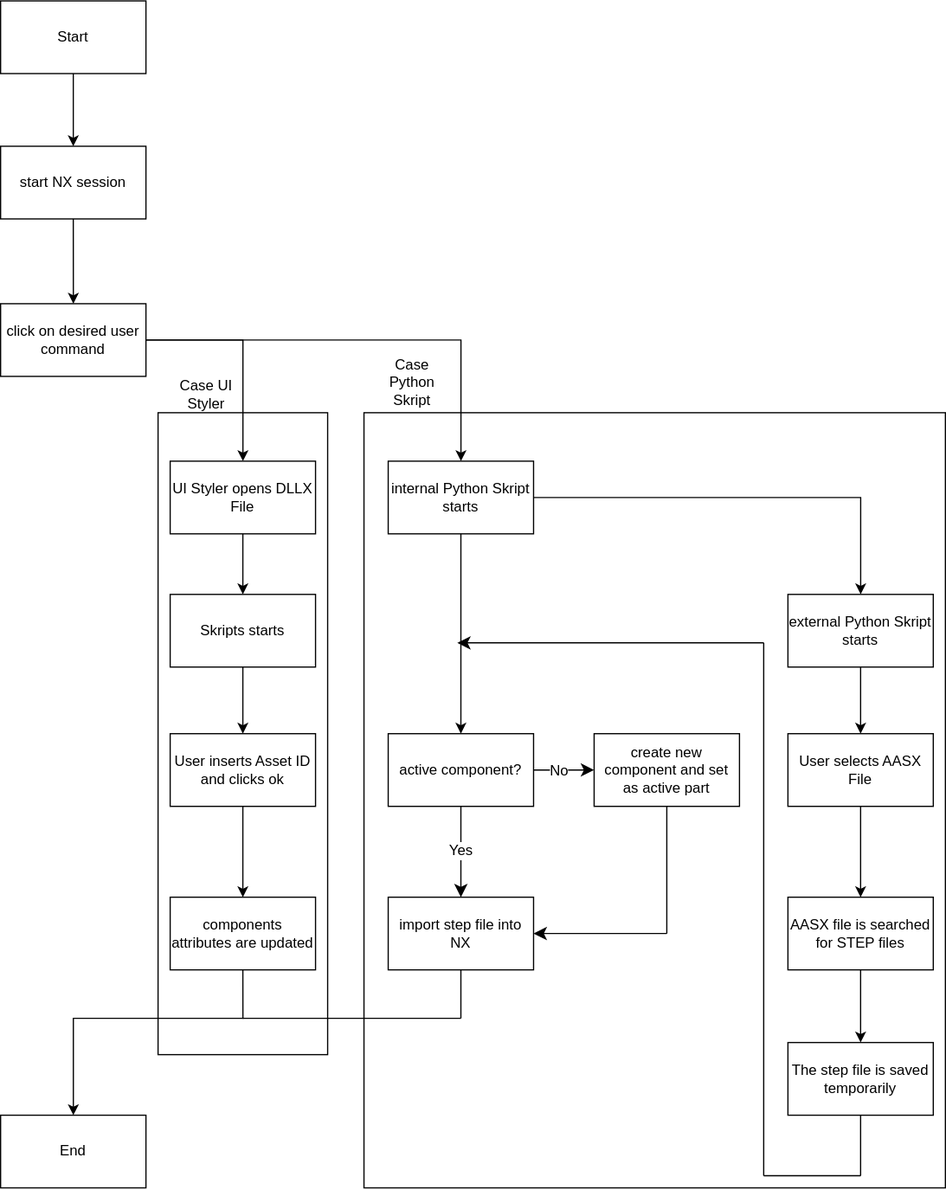
Earlier version of the draw.io export Bericht/bilder/Workflow_functions.svg (Daniel20-0/AAS_NX). Source tidied: cells renumbered, new cells last; positions are measured from the earlier drawing's top-left corner, leaving out a move shared by most shapes.
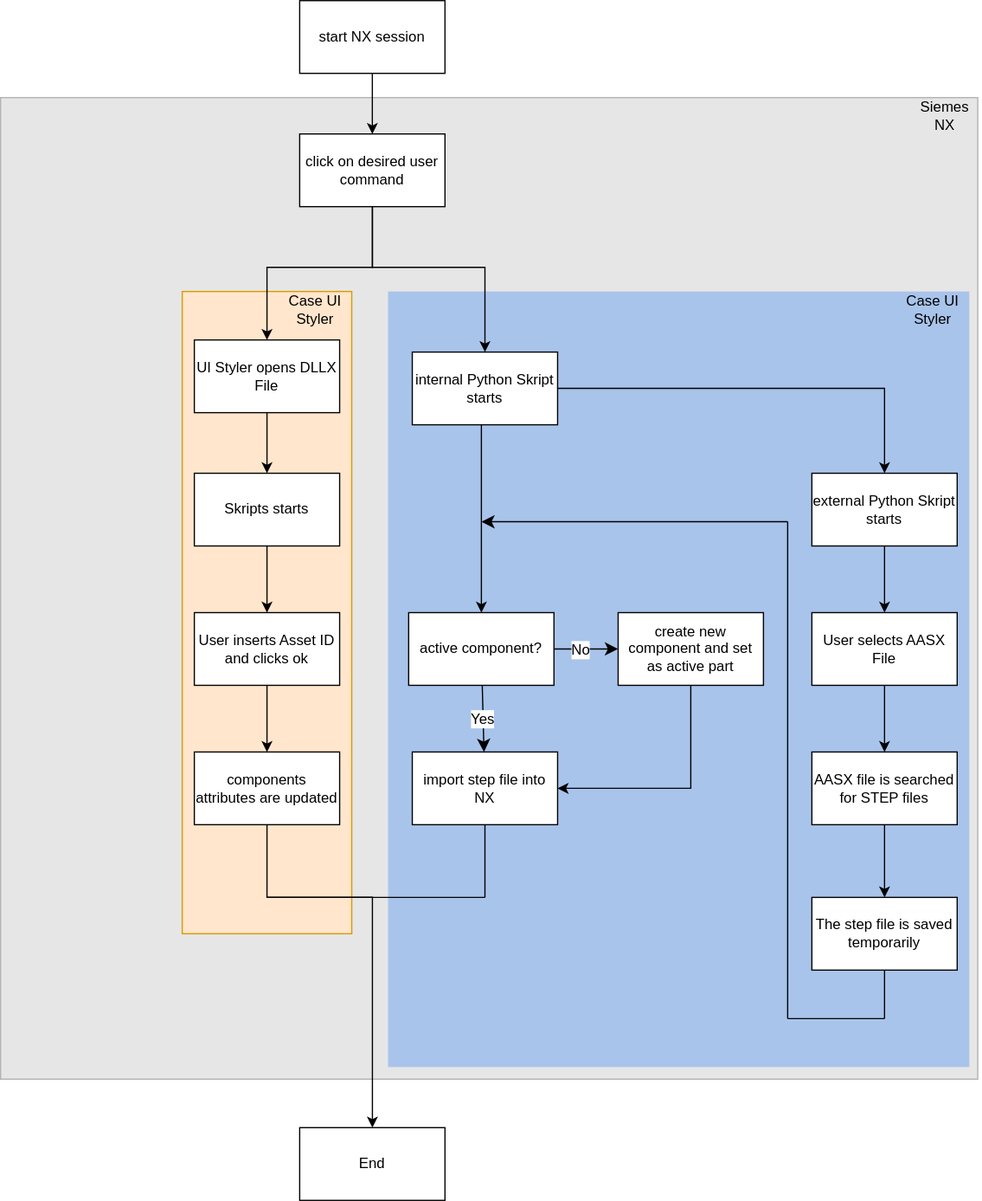
The same diagram one commit later.

Commit message:
Bilder aktualisiert

Diff of the diagram source:
```diff
@@ -1,94 +1,111 @@
-<mxGraphModel background="light-dark(#FFFFFF,transparent)">
+<mxGraphModel>
   <root>
     <mxCell id="0" />
     <mxCell id="1" parent="0" />
-    <mxCell id="2" style="edgeStyle=orthogonalEdgeStyle;rounded=0;jettySize=auto;html=1;" parent="1" edge="1" source="3" target="5">
-      <mxGeometry relative="1" as="geometry" />
-    </mxCell>
-    <mxCell id="3" value="Start" style="rounded=0;whiteSpace=wrap;html=1;" parent="1" vertex="1">
-      <mxGeometry width="120" height="60" as="geometry" />
-    </mxCell>
+    <mxCell id="47" style="rounded=0;whiteSpace=wrap;html=1;fillColor=#E6E6E6;strokeColor=#B3B3B3;" parent="1" vertex="1">
+      <mxGeometry x="-27" y="40" width="807" height="810" as="geometry" />
+    </mxCell>
+    <mxCell id="48" style="rounded=0;whiteSpace=wrap;html=1;fillColor=#ffe6cc;strokeColor=#d79b00;" parent="1" vertex="1">
+      <mxGeometry x="123" y="200" width="140" height="530" as="geometry" />
+    </mxCell>
+    <mxCell id="49" style="rounded=0;whiteSpace=wrap;html=1;fillColor=#A9C4EB;strokeColor=none;" parent="1" vertex="1">
+      <mxGeometry x="293" y="200" width="480" height="640" as="geometry" />
+    </mxCell>
     <mxCell id="4" style="edgeStyle=orthogonalEdgeStyle;rounded=0;jettySize=auto;html=1;exitX=0.5;exitY=1;exitDx=0;exitDy=0;" parent="1" edge="1" source="5" target="8">
       <mxGeometry relative="1" as="geometry">
         <Array as="points">
-          <mxPoint x="60" y="240" />
-          <mxPoint x="60" y="240" />
+          <mxPoint x="280" y="100" />
         </Array>
       </mxGeometry>
     </mxCell>
     <mxCell id="5" value="start NX session" style="rounded=0;whiteSpace=wrap;html=1;" parent="1" vertex="1">
-      <mxGeometry y="120" width="120" height="60" as="geometry" />
+      <mxGeometry x="220" y="-40" width="120" height="60" as="geometry" />
     </mxCell>
     <mxCell id="6" style="edgeStyle=orthogonalEdgeStyle;rounded=0;jettySize=auto;html=1;" parent="1" edge="1" source="8" target="10">
-      <mxGeometry relative="1" as="geometry" />
+      <mxGeometry relative="1" as="geometry">
+        <Array as="points">
+          <mxPoint x="280" y="180" />
+          <mxPoint x="193" y="180" />
+        </Array>
+      </mxGeometry>
     </mxCell>
     <mxCell id="7" style="edgeStyle=orthogonalEdgeStyle;rounded=0;jettySize=auto;html=1;" parent="1" edge="1" source="8" target="13">
-      <mxGeometry relative="1" as="geometry" />
+      <mxGeometry relative="1" as="geometry">
+        <Array as="points">
+          <mxPoint x="280" y="180" />
+          <mxPoint x="373" y="180" />
+        </Array>
+      </mxGeometry>
     </mxCell>
     <mxCell id="8" value="click on desired user command" style="rounded=0;whiteSpace=wrap;html=1;" parent="1" vertex="1">
-      <mxGeometry y="250" width="120" height="60" as="geometry" />
+      <mxGeometry x="220" y="70" width="120" height="60" as="geometry" />
     </mxCell>
     <mxCell id="9" style="edgeStyle=orthogonalEdgeStyle;rounded=0;jettySize=auto;html=1;" parent="1" edge="1" source="10" target="15">
       <mxGeometry relative="1" as="geometry" />
     </mxCell>
     <mxCell id="10" value="UI Styler opens DLLX File" style="rounded=0;whiteSpace=wrap;html=1;" parent="1" vertex="1">
-      <mxGeometry x="140" y="380" width="120" height="60" as="geometry" />
+      <mxGeometry x="133" y="240" width="120" height="60" as="geometry" />
     </mxCell>
     <mxCell id="11" style="edgeStyle=orthogonalEdgeStyle;rounded=0;jettySize=auto;html=1;" parent="1" edge="1" source="13" target="27">
       <mxGeometry relative="1" as="geometry" />
     </mxCell>
     <mxCell id="12" style="edgeStyle=orthogonalEdgeStyle;rounded=0;jettySize=auto;html=1;" parent="1" edge="1" source="13" target="32">
-      <mxGeometry relative="1" as="geometry" />
+      <mxGeometry relative="1" as="geometry">
+        <Array as="points">
+          <mxPoint x="370" y="360" />
+          <mxPoint x="370" y="360" />
+        </Array>
+      </mxGeometry>
     </mxCell>
-    <mxCell id="13" value="internal Python Skript starts" style="rounded=0;whiteSpace=wrap;html=1;" parent="1" vertex="1">
-      <mxGeometry x="320" y="380" width="120" height="60" as="geometry" />
+    <mxCell id="13" value="&lt;font style=&quot;color: light-dark(rgb(0, 0, 0), rgb(0, 0, 0));&quot;&gt;internal Python Skript starts&lt;/font&gt;" style="rounded=0;whiteSpace=wrap;html=1;fillColor=default;" parent="1" vertex="1">
+      <mxGeometry x="313" y="250" width="120" height="60" as="geometry" />
     </mxCell>
     <mxCell id="14" style="edgeStyle=orthogonalEdgeStyle;rounded=0;jettySize=auto;html=1;" parent="1" edge="1" source="15" target="17">
       <mxGeometry relative="1" as="geometry" />
     </mxCell>
     <mxCell id="15" value="Skripts starts" style="rounded=0;whiteSpace=wrap;html=1;" parent="1" vertex="1">
-      <mxGeometry x="140" y="490" width="120" height="60" as="geometry" />
+      <mxGeometry x="133" y="350" width="120" height="60" as="geometry" />
     </mxCell>
     <mxCell id="16" style="edgeStyle=orthogonalEdgeStyle;rounded=0;jettySize=auto;html=1;" parent="1" edge="1" source="17" target="19">
       <mxGeometry relative="1" as="geometry" />
     </mxCell>
     <mxCell id="17" value="User inserts Asset ID and clicks ok" style="whiteSpace=wrap;html=1;rounded=0;" parent="1" vertex="1">
-      <mxGeometry x="140" y="605" width="120" height="60" as="geometry" />
+      <mxGeometry x="133" y="465" width="120" height="60" as="geometry" />
     </mxCell>
     <mxCell id="18" style="edgeStyle=orthogonalEdgeStyle;rounded=0;jettySize=auto;html=1;exitX=0.5;exitY=1;exitDx=0;exitDy=0;" parent="1" edge="1" source="19" target="20">
       <mxGeometry relative="1" as="geometry">
         <Array as="points">
-          <mxPoint x="200" y="840" />
-          <mxPoint x="60" y="840" />
+          <mxPoint x="193" y="700" />
+          <mxPoint x="280" y="700" />
         </Array>
       </mxGeometry>
     </mxCell>
     <mxCell id="19" value="components attributes are updated" style="whiteSpace=wrap;html=1;rounded=0;" parent="1" vertex="1">
-      <mxGeometry x="140" y="740" width="120" height="60" as="geometry" />
+      <mxGeometry x="133" y="580" width="120" height="60" as="geometry" />
     </mxCell>
     <mxCell id="20" value="End" style="rounded=0;whiteSpace=wrap;html=1;" parent="1" vertex="1">
-      <mxGeometry y="920" width="120" height="60" as="geometry" />
+      <mxGeometry x="220" y="890" width="120" height="60" as="geometry" />
     </mxCell>
     <mxCell id="21" style="edgeStyle=orthogonalEdgeStyle;rounded=0;jettySize=auto;html=1;" parent="1" edge="1" source="22" target="24">
       <mxGeometry relative="1" as="geometry" />
     </mxCell>
     <mxCell id="22" value="User selects AASX File" style="whiteSpace=wrap;html=1;rounded=0;" parent="1" vertex="1">
-      <mxGeometry x="650" y="605" width="120" height="60" as="geometry" />
+      <mxGeometry x="643" y="465" width="120" height="60" as="geometry" />
     </mxCell>
     <mxCell id="23" style="edgeStyle=orthogonalEdgeStyle;rounded=0;jettySize=auto;html=1;" parent="1" edge="1" source="24" target="25">
       <mxGeometry relative="1" as="geometry" />
     </mxCell>
     <mxCell id="24" value="AASX file is searched for STEP files" style="whiteSpace=wrap;html=1;rounded=0;" parent="1" vertex="1">
-      <mxGeometry x="650" y="740" width="120" height="60" as="geometry" />
+      <mxGeometry x="643" y="580" width="120" height="60" as="geometry" />
     </mxCell>
     <mxCell id="25" value="The step file is saved temporarily" style="whiteSpace=wrap;html=1;rounded=0;" parent="1" vertex="1">
-      <mxGeometry x="650" y="860" width="120" height="60" as="geometry" />
+      <mxGeometry x="643" y="700" width="120" height="60" as="geometry" />
     </mxCell>
     <mxCell id="26" style="edgeStyle=orthogonalEdgeStyle;rounded=0;jettySize=auto;html=1;" parent="1" edge="1" source="27" target="22">
       <mxGeometry relative="1" as="geometry" />
     </mxCell>
     <mxCell id="27" value="external Python Skript starts" style="whiteSpace=wrap;html=1;rounded=0;" parent="1" vertex="1">
-      <mxGeometry x="650" y="490" width="120" height="60" as="geometry" />
+      <mxGeometry x="643" y="350" width="120" height="60" as="geometry" />
     </mxCell>
     <mxCell id="28" style="edgeStyle=none;curved=1;rounded=0;jettySize=auto;html=1;fontSize=12;startSize=8;endSize=8;" parent="1" edge="1" source="32" target="37">
       <mxGeometry relative="1" as="geometry" />
@@ -105,69 +122,62 @@
       </mxGeometry>
     </mxCell>
     <mxCell id="32" value="active component?" style="whiteSpace=wrap;html=1;rounded=0;" parent="1" vertex="1">
-      <mxGeometry x="320" y="605" width="120" height="60" as="geometry" />
+      <mxGeometry x="310" y="465" width="120" height="60" as="geometry" />
     </mxCell>
-    <mxCell id="33" style="endArrow=none;html=1;rounded=0;fontSize=12;startSize=8;endSize=8;curved=1;entryX=0.5;entryY=1;entryDx=0;entryDy=0;" parent="1" edge="1" target="25">
-      <mxGeometry relative="1" as="geometry">
-        <mxPoint x="710" y="970" as="sourcePoint" />
-      </mxGeometry>
-    </mxCell>
-    <mxCell id="34" style="endArrow=none;html=1;rounded=0;fontSize=12;startSize=8;endSize=8;curved=1;" parent="1" edge="1">
-      <mxGeometry relative="1" as="geometry">
-        <mxPoint x="630" y="970" as="sourcePoint" />
-        <mxPoint x="710" y="970" as="targetPoint" />
-      </mxGeometry>
-    </mxCell>
-    <mxCell id="35" style="endArrow=none;html=1;rounded=0;fontSize=12;startSize=8;endSize=8;curved=1;" parent="1" edge="1">
-      <mxGeometry relative="1" as="geometry">
-        <mxPoint x="630" y="970" as="sourcePoint" />
-        <mxPoint x="630" y="530" as="targetPoint" />
-      </mxGeometry>
-    </mxCell>
-    <mxCell id="36" style="endArrow=classic;html=1;rounded=0;fontSize=12;startSize=8;endSize=8;curved=1;" parent="1" edge="1">
-      <mxGeometry relative="1" as="geometry">
-        <mxPoint x="630" y="530" as="sourcePoint" />
-        <mxPoint x="377" y="530" as="targetPoint" />
-      </mxGeometry>
-    </mxCell>
+    <mxCell id="50" style="endArrow=none;html=1;rounded=0;fontSize=12;startSize=8;endSize=8;curved=1;entryX=0.5;entryY=1;entryDx=0;entryDy=0;" parent="1" edge="1" target="25">
+      <mxGeometry relative="1" as="geometry">
+        <mxPoint x="703" y="800" as="sourcePoint" />
+      </mxGeometry>
+    </mxCell>
+    <mxCell id="51" style="endArrow=none;html=1;rounded=0;fontSize=12;startSize=8;endSize=8;curved=1;" parent="1" edge="1">
+      <mxGeometry relative="1" as="geometry">
+        <mxPoint x="623" y="800" as="sourcePoint" />
+        <mxPoint x="703" y="800" as="targetPoint" />
+        <Array as="points">
+          <mxPoint x="670" y="800" />
+        </Array>
+      </mxGeometry>
+    </mxCell>
+    <mxCell id="52" style="endArrow=none;html=1;rounded=0;fontSize=12;startSize=8;endSize=8;curved=1;" parent="1" edge="1">
+      <mxGeometry relative="1" as="geometry">
+        <mxPoint x="623" y="800" as="sourcePoint" />
+        <mxPoint x="623" y="390" as="targetPoint" />
+      </mxGeometry>
+    </mxCell>
+    <mxCell id="53" style="endArrow=classic;html=1;rounded=0;fontSize=12;startSize=8;endSize=8;curved=1;" parent="1" edge="1">
+      <mxGeometry relative="1" as="geometry">
+        <mxPoint x="623" y="390" as="sourcePoint" />
+        <mxPoint x="370" y="390" as="targetPoint" />
+      </mxGeometry>
+    </mxCell>
     <mxCell id="37" value="import step file into NX" style="whiteSpace=wrap;html=1;rounded=0;" parent="1" vertex="1">
-      <mxGeometry x="320" y="740" width="120" height="60" as="geometry" />
+      <mxGeometry x="313" y="580" width="120" height="60" as="geometry" />
     </mxCell>
+    <mxCell id="54" style="edgeStyle=orthogonalEdgeStyle;rounded=0;jettySize=auto;html=1;exitX=0.5;exitY=1;exitDx=0;exitDy=0;entryX=1;entryY=0.5;entryDx=0;entryDy=0;" parent="1" edge="1" source="38" target="37">
+      <mxGeometry relative="1" as="geometry" />
+    </mxCell>
     <mxCell id="38" value="create new component and set as active part" style="rounded=0;whiteSpace=wrap;html=1;" parent="1" vertex="1">
-      <mxGeometry x="490" y="605" width="120" height="60" as="geometry" />
+      <mxGeometry x="483" y="465" width="120" height="60" as="geometry" />
     </mxCell>
-    <mxCell id="39" style="endArrow=classic;html=1;rounded=0;fontSize=12;startSize=8;endSize=8;curved=1;entryX=1;entryY=0.5;entryDx=0;entryDy=0;" parent="1" edge="1" target="37">
-      <mxGeometry relative="1" as="geometry">
-        <mxPoint x="550" y="770" as="sourcePoint" />
-      </mxGeometry>
-    </mxCell>
-    <mxCell id="40" style="endArrow=none;html=1;rounded=0;fontSize=12;startSize=8;endSize=8;curved=1;entryX=0.5;entryY=1;entryDx=0;entryDy=0;" parent="1" edge="1" target="38">
-      <mxGeometry relative="1" as="geometry">
-        <mxPoint x="550" y="770" as="sourcePoint" />
-      </mxGeometry>
-    </mxCell>
-    <mxCell id="41" style="endArrow=none;html=1;rounded=0;fontSize=12;startSize=8;endSize=8;curved=1;entryX=0.5;entryY=1;entryDx=0;entryDy=0;" parent="1" edge="1" target="37">
-      <mxGeometry relative="1" as="geometry">
-        <mxPoint x="380" y="840" as="sourcePoint" />
-      </mxGeometry>
-    </mxCell>
-    <mxCell id="42" style="endArrow=none;html=1;rounded=0;fontSize=12;startSize=8;endSize=8;curved=1;" parent="1" edge="1">
-      <mxGeometry relative="1" as="geometry">
-        <mxPoint x="200" y="840" as="sourcePoint" />
-        <mxPoint x="380" y="840" as="targetPoint" />
-      </mxGeometry>
-    </mxCell>
-    <mxCell id="43" style="rounded=0;whiteSpace=wrap;html=1;fillColor=none;strokeColor=light-dark(#000000,#FF0000);" parent="1" vertex="1">
-      <mxGeometry x="130" y="340" width="140" height="530" as="geometry" />
-    </mxCell>
+    <mxCell id="55" style="endArrow=none;html=1;rounded=0;fontSize=12;startSize=8;endSize=8;curved=1;entryX=0.5;entryY=1;entryDx=0;entryDy=0;" parent="1" edge="1" target="37">
+      <mxGeometry relative="1" as="geometry">
+        <mxPoint x="373" y="700" as="sourcePoint" />
+      </mxGeometry>
+    </mxCell>
+    <mxCell id="56" style="endArrow=none;html=1;rounded=0;fontSize=12;startSize=8;endSize=8;curved=1;" parent="1" edge="1">
+      <mxGeometry relative="1" as="geometry">
+        <mxPoint x="193" y="700" as="sourcePoint" />
+        <mxPoint x="373" y="700" as="targetPoint" />
+      </mxGeometry>
+    </mxCell>
     <mxCell id="44" value="&lt;font style=&quot;color: light-dark(rgb(0, 0, 0), rgb(255, 0, 0));&quot;&gt;Case UI Styler&lt;/font&gt;" style="text;html=1;whiteSpace=wrap;strokeColor=none;fillColor=none;align=center;verticalAlign=middle;rounded=0;" parent="1" vertex="1">
-      <mxGeometry x="140" y="310" width="60" height="30" as="geometry" />
+      <mxGeometry x="203" y="200" width="60" height="30" as="geometry" />
     </mxCell>
-    <mxCell id="45" style="rounded=0;whiteSpace=wrap;html=1;fillColor=none;strokeColor=light-dark(#000000,#009900);" parent="1" vertex="1">
-      <mxGeometry x="300" y="340" width="480" height="640" as="geometry" />
-    </mxCell>
-    <mxCell id="46" value="&lt;font style=&quot;color: light-dark(rgb(0, 0, 0), rgb(0, 153, 0));&quot;&gt;Case Python Skript&lt;/font&gt;" style="text;html=1;whiteSpace=wrap;strokeColor=none;fillColor=none;align=center;verticalAlign=middle;rounded=0;" parent="1" vertex="1">
-      <mxGeometry x="310" y="300" width="60" height="30" as="geometry" />
-    </mxCell>
+    <mxCell id="57" value="&lt;font style=&quot;color: light-dark(rgb(0, 0, 0), rgb(0, 153, 0));&quot;&gt;Case UI Styler&lt;/font&gt;" style="text;html=1;whiteSpace=wrap;strokeColor=none;fillColor=none;align=center;verticalAlign=middle;rounded=0;" parent="1" vertex="1">
+      <mxGeometry x="713" y="200" width="60" height="30" as="geometry" />
+    </mxCell>
+    <mxCell id="58" value="&lt;font style=&quot;color: light-dark(rgb(0, 0, 0), rgb(0, 153, 0));&quot;&gt;Siemes NX&lt;/font&gt;" style="text;html=1;whiteSpace=wrap;strokeColor=none;fillColor=none;align=center;verticalAlign=middle;rounded=0;" parent="1" vertex="1">
+      <mxGeometry x="723" y="40" width="60" height="30" as="geometry" />
+    </mxCell>
   </root>
 </mxGraphModel>
```
